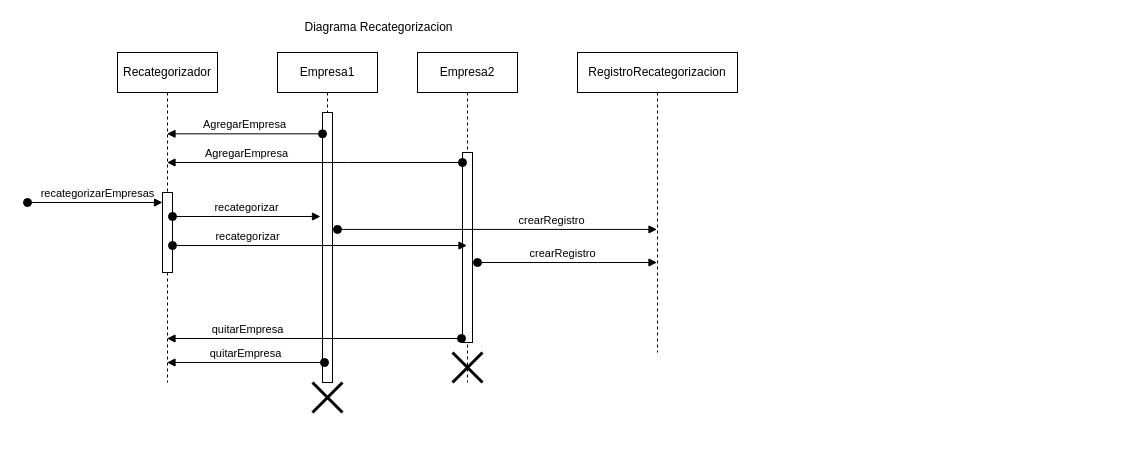
This is page "Page-1" (1 of 2) of doc/Diagrama secuencia.drawio from caromuscari/DDS2020-Aprobado, a draw.io file, before an edit. Source tidied: cells renumbered, new cells numbered last; positions are measured from the earlier drawing's top-left corner, leaving out a move shared by most shapes. Both pictures are drawn from the tidied source at 100%, with x=0, y=0 at pixel (27, 17).
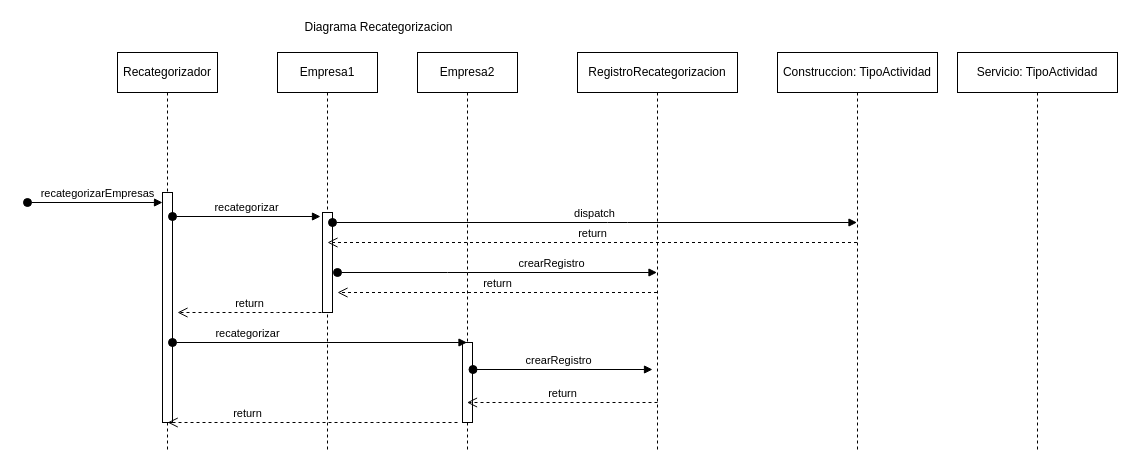
Above is the later version.

The edit, as a diff of the source:
```diff
@@
     <mxCell id="2" value="Recategorizador" style="shape=umlLifeline;perimeter=lifelinePerimeter;whiteSpace=wrap;html=1;outlineConnect=0;" parent="1" vertex="1">
-      <mxGeometry x="90" y="35" width="100" height="330" as="geometry" />
+      <mxGeometry x="90" y="35" width="100" height="400" as="geometry" />
     </mxCell>
     <mxCell id="3" value="Empresa1" style="shape=umlLifeline;perimeter=lifelinePerimeter;whiteSpace=wrap;html=1;" parent="1" vertex="1">
-      <mxGeometry x="250" y="35" width="100" height="330" as="geometry" />
+      <mxGeometry x="250" y="35" width="100" height="400" as="geometry" />
     </mxCell>
-    <mxCell id="4" style="html=1;points=[];perimeter=orthogonalPerimeter;" parent="3" vertex="1">
-      <mxGeometry x="45" y="60" width="10" height="270" as="geometry" />
-    </mxCell>
+    <mxCell id="21" style="html=1;points=[];perimeter=orthogonalPerimeter;" parent="3" vertex="1">
+      <mxGeometry x="45" y="160" width="10" height="100" as="geometry" />
+    </mxCell>
     <mxCell id="5" value="RegistroRecategorizacion" style="shape=umlLifeline;perimeter=lifelinePerimeter;whiteSpace=wrap;html=1;outlineConnect=0;" parent="1" vertex="1">
-      <mxGeometry x="550" y="35" width="160" height="300" as="geometry" />
+      <mxGeometry x="550" y="35" width="160" height="400" as="geometry" />
     </mxCell>
-    <mxCell id="6" value="AgregarEmpresa" style="html=1;verticalAlign=bottom;startArrow=oval;startFill=1;endArrow=block;startSize=8;exitX=0;exitY=0.079;exitDx=0;exitDy=0;exitPerimeter=0;" parent="1" edge="1" source="4" target="2">
-      <mxGeometry relative="1" as="geometry" />
-    </mxCell>
     <mxCell id="7" value="Empresa2" style="shape=umlLifeline;perimeter=lifelinePerimeter;whiteSpace=wrap;html=1;outlineConnect=0;" parent="1" vertex="1">
-      <mxGeometry x="390" y="35" width="100" height="330" as="geometry" />
+      <mxGeometry x="390" y="35" width="100" height="400" as="geometry" />
     </mxCell>
-    <mxCell id="8" style="html=1;points=[];perimeter=orthogonalPerimeter;" parent="7" vertex="1">
-      <mxGeometry x="45" y="100" width="10" height="190" as="geometry" />
-    </mxCell>
-    <mxCell id="9" style="shape=umlDestroy;whiteSpace=wrap;html=1;strokeWidth=3;" parent="7" vertex="1">
-      <mxGeometry x="35" y="300" width="30" height="30" as="geometry" />
-    </mxCell>
-    <mxCell id="10" value="AgregarEmpresa" style="html=1;verticalAlign=bottom;startArrow=oval;startFill=1;endArrow=block;startSize=8;" parent="1" edge="1" source="8" target="2">
-      <mxGeometry x="0.46" relative="1" as="geometry">
-        <Array as="points">
-          <mxPoint x="310" y="145" />
-        </Array>
-      </mxGeometry>
-    </mxCell>
+    <mxCell id="22" style="html=1;perimeter=orthogonalPerimeter;" parent="7" vertex="1">
+      <mxGeometry x="45" y="290" width="10" height="80" as="geometry" />
+    </mxCell>
     <mxCell id="11" style="html=1;points=[];perimeter=orthogonalPerimeter;" parent="1" vertex="1">
-      <mxGeometry x="135" y="175" width="10" height="80" as="geometry" />
+      <mxGeometry x="135" y="175" width="10" height="230" as="geometry" />
     </mxCell>
@@
-    <mxCell id="13" value="recategorizar" style="html=1;verticalAlign=bottom;startArrow=oval;startFill=1;endArrow=block;startSize=8;exitX=1;exitY=0.3;exitDx=0;exitDy=0;exitPerimeter=0;" parent="1" edge="1" source="11">
+    <mxCell id="13" value="recategorizar" style="html=1;verticalAlign=bottom;startArrow=oval;startFill=1;endArrow=block;startSize=8;" parent="1" edge="1" source="11">
       <mxGeometry relative="1" as="geometry">
         <mxPoint x="293" y="199" as="targetPoint" />
       </mxGeometry>
     </mxCell>
+    <mxCell id="15" value="crearRegistro" style="html=1;verticalAlign=bottom;startArrow=oval;startFill=1;endArrow=block;startSize=8;" parent="1" edge="1" target="5">
+      <mxGeometry x="0.34" relative="1" as="geometry">
+        <mxPoint x="310" y="255" as="sourcePoint" />
+        <Array as="points">
+          <mxPoint x="430" y="255" />
+        </Array>
+      </mxGeometry>
+    </mxCell>
+    <mxCell id="20" value="Diagrama Recategorizacion" style="text;html=1;align=center;verticalAlign=middle;" parent="1" vertex="1">
+      <mxGeometry x="271" width="160" height="20" as="geometry" />
+    </mxCell>
-    <mxCell id="14" value="recategorizar" style="html=1;verticalAlign=bottom;startArrow=oval;startFill=1;endArrow=block;startSize=8;exitX=1;exitY=0.663;exitDx=0;exitDy=0;exitPerimeter=0;" parent="1" edge="1" source="11" target="7">
-      <mxGeometry x="-0.49" relative="1" as="geometry" />
+    <mxCell id="14" value="recategorizar" style="html=1;verticalAlign=bottom;startArrow=oval;startFill=1;endArrow=block;startSize=8;exitX=1;exitY=0.663;exitDx=0;exitDy=0;exitPerimeter=0;" parent="1" edge="1">
+      <mxGeometry x="-0.49" relative="1" as="geometry">
+        <mxPoint x="145" y="325" as="sourcePoint" />
+        <mxPoint x="439.5" y="325" as="targetPoint" />
+      </mxGeometry>
     </mxCell>
-    <mxCell id="15" value="crearRegistro" style="html=1;verticalAlign=bottom;startArrow=oval;startFill=1;endArrow=block;startSize=8;exitX=1.5;exitY=0.433;exitDx=0;exitDy=0;exitPerimeter=0;" parent="1" edge="1" source="4" target="5">
-      <mxGeometry x="0.34" relative="1" as="geometry" />
-    </mxCell>
-    <mxCell id="16" value="crearRegistro" style="html=1;verticalAlign=bottom;startArrow=oval;startFill=1;endArrow=block;startSize=8;" parent="1" edge="1" target="5">
+    <mxCell id="16" value="crearRegistro" style="html=1;verticalAlign=bottom;startArrow=oval;startFill=1;endArrow=block;startSize=8;" parent="1" edge="1">
       <mxGeometry x="0.05" y="-10" relative="1" as="geometry">
-        <mxPoint x="450" y="245" as="sourcePoint" />
+        <mxPoint x="445.5" y="352" as="sourcePoint" />
+        <mxPoint x="625" y="352" as="targetPoint" />
         <Array as="points">
-          <mxPoint x="560" y="245" />
+          <mxPoint x="555.5" y="352" />
         </Array>
         <mxPoint x="-9" y="-10" as="offset" />
       </mxGeometry>
     </mxCell>
-    <mxCell id="17" value="quitarEmpresa" style="html=1;verticalAlign=bottom;startArrow=oval;startFill=1;endArrow=block;startSize=8;exitX=-0.1;exitY=0.979;exitDx=0;exitDy=0;exitPerimeter=0;" parent="1" edge="1" source="8" target="2">
-      <mxGeometry x="0.45" relative="1" as="geometry">
-        <Array as="points">
-          <mxPoint x="220" y="321" />
-        </Array>
-      </mxGeometry>
-    </mxCell>
-    <mxCell id="18" value="quitarEmpresa" style="html=1;verticalAlign=bottom;startArrow=oval;startFill=1;endArrow=block;startSize=8;exitX=0.2;exitY=0.926;exitDx=0;exitDy=0;exitPerimeter=0;" parent="1" edge="1" source="4" target="2">
-      <mxGeometry relative="1" as="geometry" />
-    </mxCell>
-    <mxCell id="19" style="shape=umlDestroy;whiteSpace=wrap;html=1;strokeWidth=3;" parent="1" vertex="1">
-      <mxGeometry x="285" y="365" width="30" height="30" as="geometry" />
-    </mxCell>
-    <mxCell id="20" value="Diagrama Recategorizacion" style="text;html=1;align=center;verticalAlign=middle;" parent="1" vertex="1">
-      <mxGeometry x="271" width="160" height="20" as="geometry" />
-    </mxCell>
+    <mxCell id="23" value="return" style="html=1;verticalAlign=bottom;endArrow=open;dashed=1;endSize=8;" parent="1" edge="1">
+      <mxGeometry relative="1" as="geometry">
+        <mxPoint x="629.5" y="275" as="sourcePoint" />
+        <mxPoint x="310" y="275" as="targetPoint" />
+        <Array as="points">
+          <mxPoint x="530" y="275" />
+          <mxPoint x="430" y="275" />
+        </Array>
+      </mxGeometry>
+    </mxCell>
+    <mxCell id="24" value="return" style="html=1;verticalAlign=bottom;endArrow=open;dashed=1;endSize=8;entryX=1.5;entryY=0.5;entryDx=0;entryDy=0;entryPerimeter=0;" parent="1" edge="1">
+      <mxGeometry relative="1" as="geometry">
+        <mxPoint x="294" y="295" as="sourcePoint" />
+        <mxPoint x="150" y="295" as="targetPoint" />
+        <Array as="points">
+          <mxPoint x="294" y="295" />
+          <mxPoint x="240" y="295" />
+        </Array>
+      </mxGeometry>
+    </mxCell>
+    <mxCell id="25" value="return" style="html=1;verticalAlign=bottom;endArrow=open;dashed=1;endSize=8;" parent="1" edge="1">
+      <mxGeometry relative="1" as="geometry">
+        <mxPoint x="630" y="385" as="sourcePoint" />
+        <mxPoint x="439.5" y="385" as="targetPoint" />
+        <Array as="points">
+          <mxPoint x="530.5" y="385" />
+        </Array>
+      </mxGeometry>
+    </mxCell>
+    <mxCell id="26" value="Construccion: TipoActividad" style="shape=umlLifeline;perimeter=lifelinePerimeter;whiteSpace=wrap;html=1;outlineConnect=0;" parent="1" vertex="1">
+      <mxGeometry x="750" y="35" width="160" height="400" as="geometry" />
+    </mxCell>
+    <mxCell id="27" value="Servicio: TipoActividad" style="shape=umlLifeline;perimeter=lifelinePerimeter;whiteSpace=wrap;html=1;" parent="1" vertex="1">
+      <mxGeometry x="930" y="35" width="160" height="400" as="geometry" />
+    </mxCell>
+    <mxCell id="28" value="dispatch" style="html=1;verticalAlign=bottom;startArrow=oval;startFill=1;endArrow=block;startSize=8;" parent="1" edge="1" source="21" target="26">
+      <mxGeometry relative="1" as="geometry">
+        <Array as="points">
+          <mxPoint x="590" y="205" />
+        </Array>
+      </mxGeometry>
+    </mxCell>
+    <mxCell id="29" value="return" style="html=1;verticalAlign=bottom;endArrow=open;dashed=1;endSize=8;" parent="1" edge="1" source="26">
+      <mxGeometry relative="1" as="geometry">
+        <mxPoint x="300" y="225" as="targetPoint" />
+        <Array as="points">
+          <mxPoint x="520" y="225" />
+          <mxPoint x="420" y="225" />
+        </Array>
+      </mxGeometry>
+    </mxCell>
+    <mxCell id="30" value="return" style="html=1;verticalAlign=bottom;endArrow=open;dashed=1;endSize=8;" parent="1" edge="1">
+      <mxGeometry x="0.45" relative="1" as="geometry">
+        <mxPoint x="430" y="405" as="sourcePoint" />
+        <mxPoint x="140.2" y="405" as="targetPoint" />
+        <Array as="points">
+          <mxPoint x="360.2" y="405" />
+          <mxPoint x="260.2" y="405" />
+        </Array>
+      </mxGeometry>
+    </mxCell>
```
